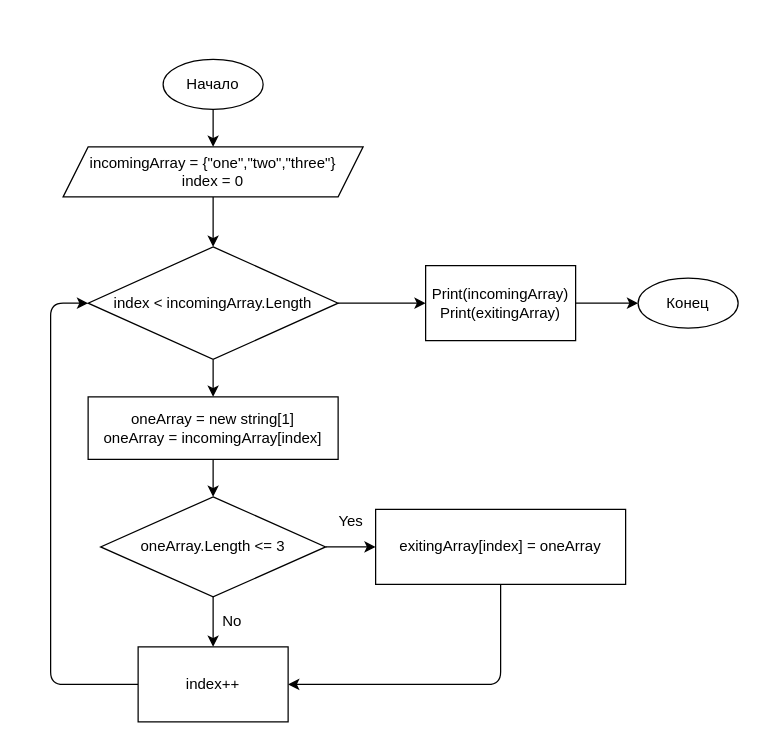
Before: blockDiagram.drawio in SanYurich/FinalVerificationWork, a draw.io diagram. Source tidied: cells renumbered, new cells numbered last; positions are measured from the earlier drawing's top-left corner, leaving out a move shared by most shapes. Both pictures are drawn from the tidied source at 125%, with x=0, y=0 at pixel (50, 59).
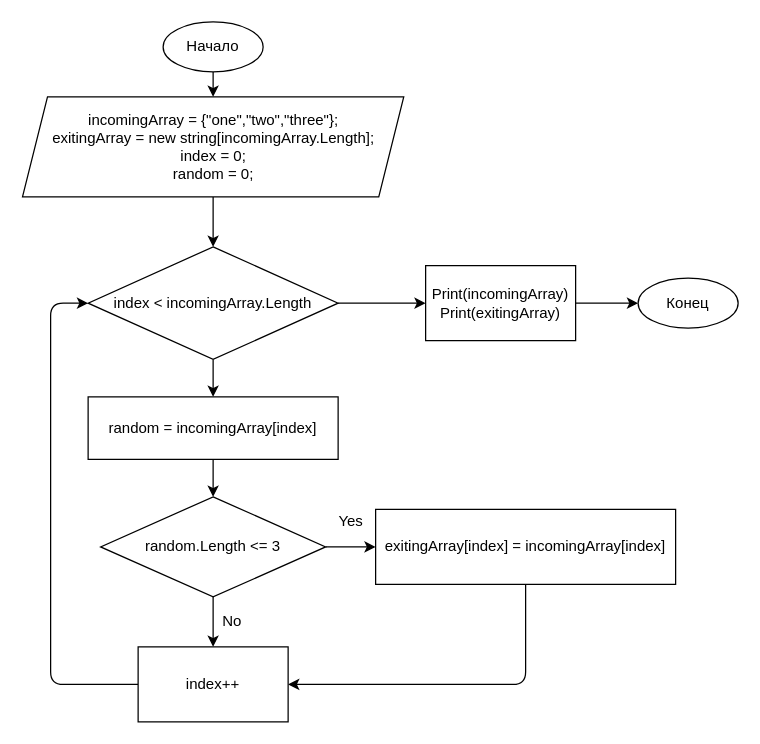
The same diagram, later.

Commit message (it also covers changes not shown here):
Внес корректировки в файлы: Readme, Task001, blockDiagram

Unchanged cells that the change refers to:
```xml
<mxCell id="22" value="index++" style="whiteSpace=wrap;html=1;" parent="1" vertex="1">
  <mxGeometry x="70" y="470" width="120" height="60" as="geometry" />
</mxCell>
```

Diff of the diagram source:
```diff
@@
-    <mxCell id="2" style="edgeStyle=none;html=1;" parent="1" edge="1" source="3" target="6">
-      <mxGeometry relative="1" as="geometry" />
+    <mxCell id="2" style="edgeStyle=none;html=1;" parent="1" edge="1" target="6">
+      <mxGeometry relative="1" as="geometry">
+        <mxPoint x="135.9" y="39.8" as="sourcePoint" />
+      </mxGeometry>
     </mxCell>
+    <mxCell id="23" style="edgeStyle=none;html=1;" parent="1" edge="1" source="3" target="6">
+      <mxGeometry relative="1" as="geometry" />
+    </mxCell>
     <mxCell id="3" value="Начало" style="ellipse;whiteSpace=wrap;html=1;" parent="1" vertex="1">
-      <mxGeometry x="90" width="80" height="40" as="geometry" />
+      <mxGeometry x="90" y="-30" width="80" height="40" as="geometry" />
     </mxCell>
@@
-    <mxCell id="6" value="incomingArray = {&quot;one&quot;,&quot;two&quot;,&quot;three&quot;}&lt;br&gt;index = 0" style="shape=parallelogram;perimeter=parallelogramPerimeter;whiteSpace=wrap;html=1;fixedSize=1;" parent="1" vertex="1">
-      <mxGeometry x="10" y="70" width="240" height="40" as="geometry" />
+    <mxCell id="6" value="incomingArray = {&quot;one&quot;,&quot;two&quot;,&quot;three&quot;};&lt;br&gt;exitingArray = new string[incomingArray.Length];&lt;br&gt;index = 0;&lt;br&gt;random = 0;" style="shape=parallelogram;perimeter=parallelogramPerimeter;whiteSpace=wrap;html=1;fixedSize=1;" parent="1" vertex="1">
+      <mxGeometry x="-22.5" y="30" width="305" height="80" as="geometry" />
     </mxCell>
@@
-    <mxCell id="13" value="&lt;span&gt;oneArray = new string[1]&lt;br&gt;oneArray = incomingArray[index]&lt;br&gt;&lt;/span&gt;" style="whiteSpace=wrap;html=1;" parent="1" vertex="1">
+    <mxCell id="13" value="&lt;span&gt;random = incomingArray[index]&lt;br&gt;&lt;/span&gt;" style="whiteSpace=wrap;html=1;" parent="1" vertex="1">
       <mxGeometry x="30" y="270" width="200" height="50" as="geometry" />
     </mxCell>
@@
-    <mxCell id="16" value="oneArray.Length &amp;lt;= 3" style="rhombus;whiteSpace=wrap;html=1;" parent="1" vertex="1">
+    <mxCell id="16" value="random.Length &amp;lt;= 3" style="rhombus;whiteSpace=wrap;html=1;" parent="1" vertex="1">
       <mxGeometry x="40" y="350" width="180" height="80" as="geometry" />
     </mxCell>
     <mxCell id="17" style="edgeStyle=none;html=1;entryX=1;entryY=0.5;entryDx=0;entryDy=0;" parent="1" edge="1" source="18" target="22">
       <mxGeometry relative="1" as="geometry">
         <Array as="points">
-          <mxPoint x="360" y="500" />
+          <mxPoint x="380" y="500" />
         </Array>
       </mxGeometry>
     </mxCell>
-    <mxCell id="18" value="exitingArray[index] = oneArray" style="whiteSpace=wrap;html=1;" parent="1" vertex="1">
-      <mxGeometry x="260" y="360" width="200" height="60" as="geometry" />
+    <mxCell id="18" value="exitingArray[index] = incomingArray[index]" style="whiteSpace=wrap;html=1;" parent="1" vertex="1">
+      <mxGeometry x="260" y="360" width="240" height="60" as="geometry" />
     </mxCell>
```
